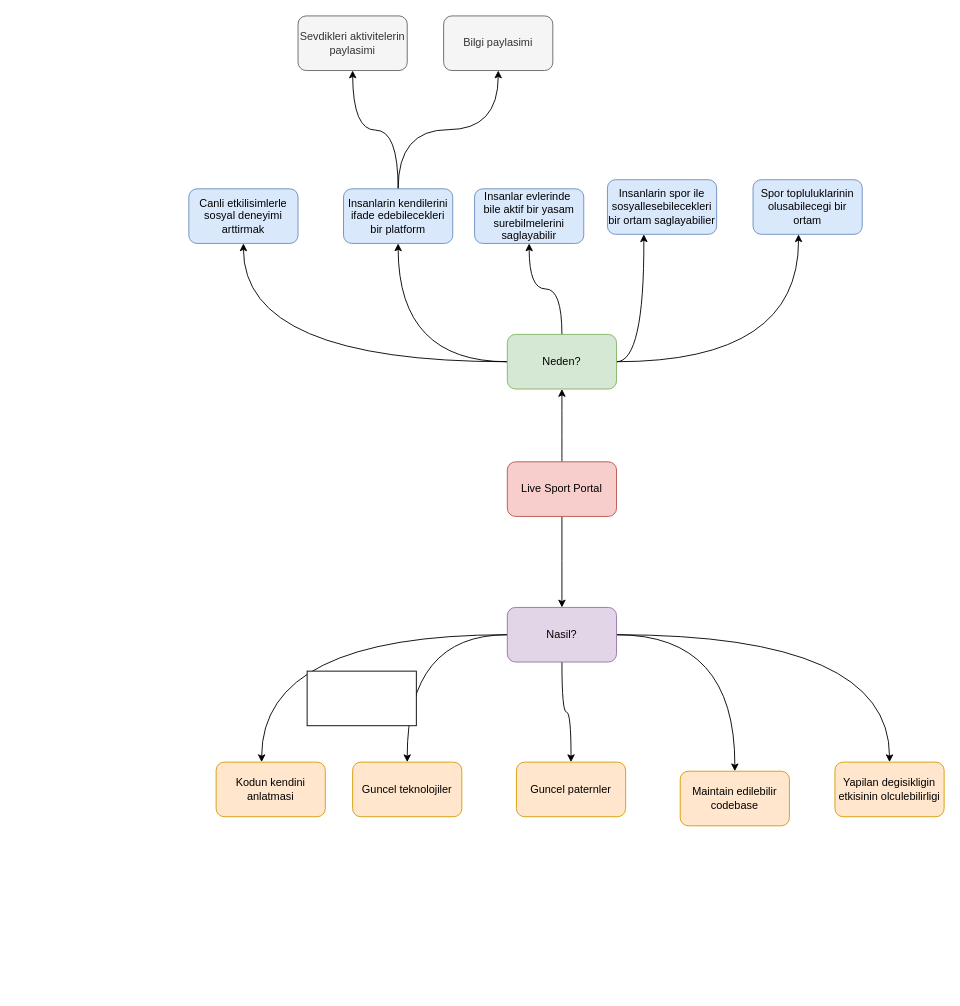
Before: Mindmapping.drawio in emrahoner/live-sport-documents, a draw.io diagram. Source tidied: cells renumbered, new cells numbered last; positions are measured from the earlier drawing's top-left corner, leaving out a move shared by most shapes. Both pictures are drawn from the tidied source at 91%, with x=0, y=0 at pixel (188, 15).
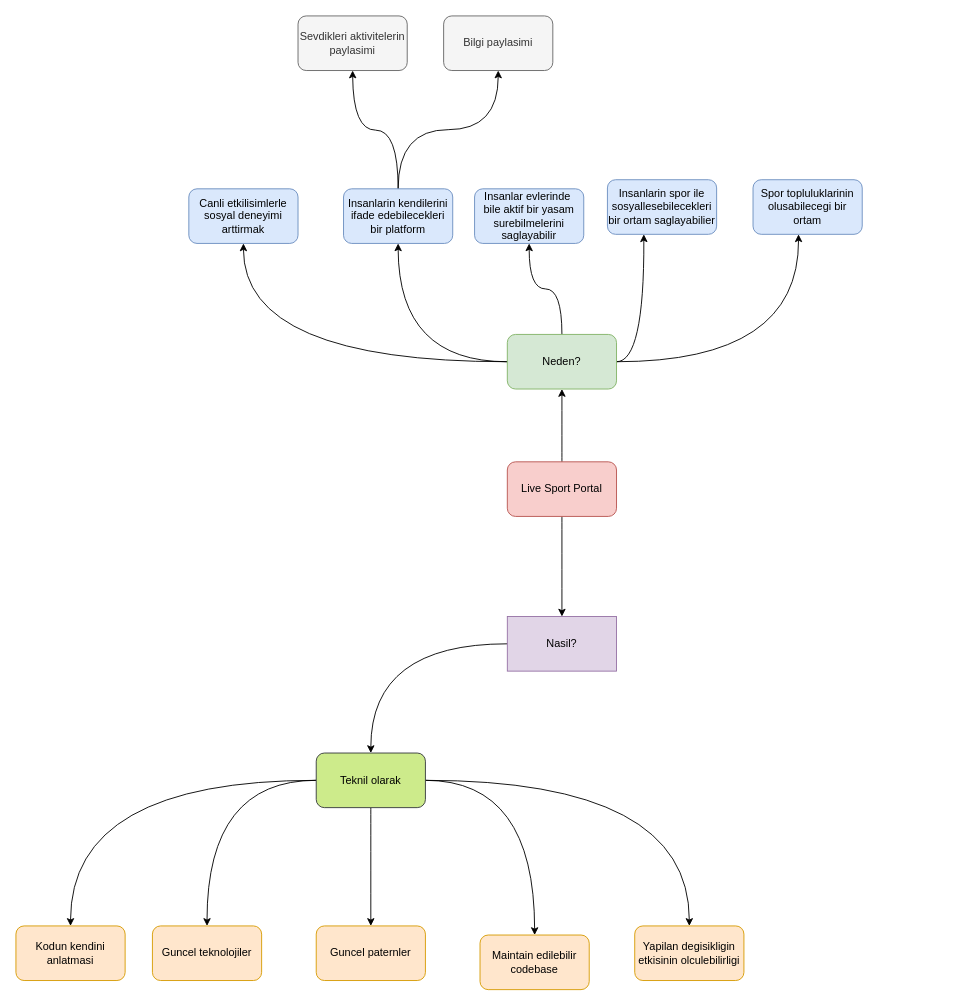
Above is the later version.

Commit message:
Regroup reasons

Unchanged cells that the change refers to:
```xml
<mxCell id="4" value="Live Sport Portal" style="rounded=1;whiteSpace=wrap;html=1;fillColor=#f8cecc;strokeColor=#b85450;" parent="1" vertex="1">
  <mxGeometry x="350" y="490" width="120" height="60" as="geometry" />
</mxCell>
```

Diff of the diagram source:
```diff
@@
-    <mxCell id="3" style="edgeStyle=orthogonalEdgeStyle;curved=1;rounded=1;jettySize=auto;html=1;startArrow=none;startFill=0;endArrow=classic;endFill=1;" parent="1" edge="1" source="4">
-      <mxGeometry relative="1" as="geometry">
-        <mxPoint x="410" y="650" as="targetPoint" />
-      </mxGeometry>
+    <mxCell id="3" style="edgeStyle=orthogonalEdgeStyle;curved=1;rounded=1;jettySize=auto;html=1;startArrow=none;startFill=0;endArrow=classic;endFill=1;entryX=0.5;entryY=0;entryDx=0;entryDy=0;" parent="1" edge="1" source="4" target="30">
+      <mxGeometry relative="1" as="geometry" />
     </mxCell>
@@
-    <mxCell id="21" style="edgeStyle=orthogonalEdgeStyle;curved=1;rounded=1;jettySize=auto;html=1;startArrow=none;startFill=0;endArrow=classic;endFill=1;" parent="1" edge="1" source="24">
-      <mxGeometry relative="1" as="geometry">
-        <mxPoint x="600" y="830" as="targetPoint" />
-      </mxGeometry>
+    <mxCell id="21" style="edgeStyle=orthogonalEdgeStyle;curved=1;rounded=1;jettySize=auto;html=1;startArrow=none;startFill=0;endArrow=classic;endFill=1;" parent="1" edge="1" source="24" target="27">
+      <mxGeometry relative="1" as="geometry" />
     </mxCell>
@@
-    <mxCell id="23" style="edgeStyle=orthogonalEdgeStyle;curved=1;rounded=1;jettySize=auto;html=1;startArrow=none;startFill=0;endArrow=classic;endFill=1;" parent="1" edge="1" source="24">
-      <mxGeometry relative="1" as="geometry">
-        <mxPoint x="80" y="820" as="targetPoint" />
-      </mxGeometry>
+    <mxCell id="23" style="edgeStyle=orthogonalEdgeStyle;curved=1;rounded=1;jettySize=auto;html=1;startArrow=none;startFill=0;endArrow=classic;endFill=1;" parent="1" edge="1" source="24" target="29">
+      <mxGeometry relative="1" as="geometry" />
     </mxCell>
-    <mxCell id="24" value="Nasil?" style="rounded=1;whiteSpace=wrap;html=1;fillColor=#e1d5e7;strokeColor=#9673a6;" parent="1" vertex="1">
-      <mxGeometry x="350" y="650" width="120" height="60" as="geometry" />
+    <mxCell id="24" value="Teknil olarak" style="rounded=1;whiteSpace=wrap;html=1;fillColor=#cdeb8b;strokeColor=#36393d;" parent="1" vertex="1">
+      <mxGeometry x="140" y="810" width="120" height="60" as="geometry" />
     </mxCell>
     <mxCell id="25" value="Guncel teknolojiler" style="rounded=1;whiteSpace=wrap;html=1;fillColor=#ffe6cc;strokeColor=#d79b00;" parent="1" vertex="1">
-      <mxGeometry x="180" y="820" width="120" height="60" as="geometry" />
+      <mxGeometry x="-40" y="1000" width="120" height="60" as="geometry" />
     </mxCell>
     <mxCell id="26" value="Guncel paternler" style="rounded=1;whiteSpace=wrap;html=1;fillColor=#ffe6cc;strokeColor=#d79b00;" parent="1" vertex="1">
-      <mxGeometry x="360" y="820" width="120" height="60" as="geometry" />
+      <mxGeometry x="140" y="1000" width="120" height="60" as="geometry" />
     </mxCell>
     <mxCell id="27" value="Maintain edilebilir codebase" style="rounded=1;whiteSpace=wrap;html=1;fillColor=#ffe6cc;strokeColor=#d79b00;" parent="1" vertex="1">
-      <mxGeometry x="540" y="830" width="120" height="60" as="geometry" />
+      <mxGeometry x="320" y="1010" width="120" height="60" as="geometry" />
     </mxCell>
     <mxCell id="28" value="Yapilan degisikligin etkisinin olculebilirligi" style="rounded=1;whiteSpace=wrap;html=1;fillColor=#ffe6cc;strokeColor=#d79b00;" parent="1" vertex="1">
-      <mxGeometry x="710" y="820" width="120" height="60" as="geometry" />
+      <mxGeometry x="490" y="1000" width="120" height="60" as="geometry" />
     </mxCell>
     <mxCell id="29" value="Kodun kendini anlatmasi" style="rounded=1;whiteSpace=wrap;html=1;fillColor=#ffe6cc;strokeColor=#d79b00;" parent="1" vertex="1">
-      <mxGeometry x="30" y="820" width="120" height="60" as="geometry" />
+      <mxGeometry x="-190" y="1000" width="120" height="60" as="geometry" />
     </mxCell>
+    <mxCell id="32" style="edgeStyle=orthogonalEdgeStyle;rounded=0;jettySize=auto;html=1;curved=1;" parent="1" edge="1" source="30" target="24">
+      <mxGeometry relative="1" as="geometry" />
+    </mxCell>
-    <mxCell id="30" style="rounded=0;whiteSpace=wrap;html=1;" parent="1" vertex="1">
-      <mxGeometry x="130" y="720" width="120" height="60" as="geometry" />
+    <mxCell id="30" value="Nasil?" style="rounded=0;whiteSpace=wrap;html=1;fillColor=#e1d5e7;strokeColor=#9673a6;" parent="1" vertex="1">
+      <mxGeometry x="350" y="660" width="120" height="60" as="geometry" />
     </mxCell>
```
